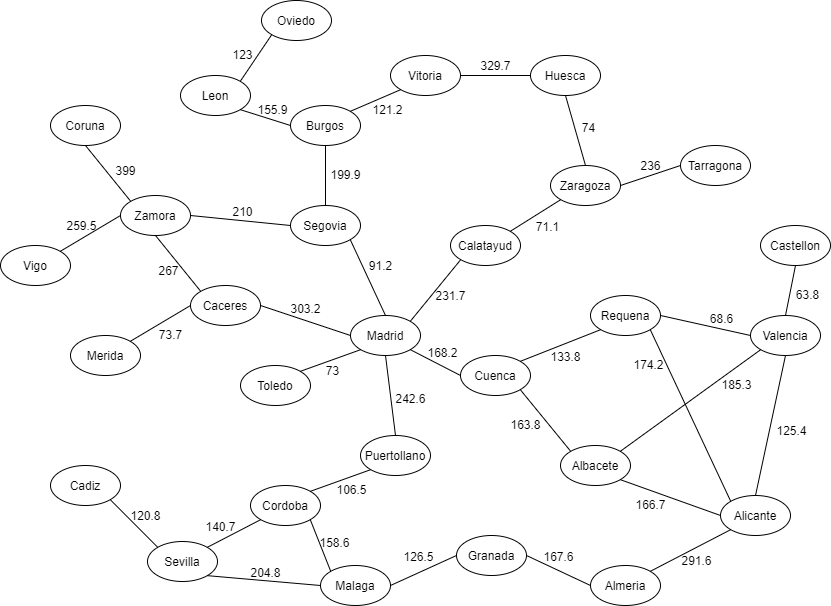
Above: graph/SpanishCitiesGraph.png in cutlas62/data-structures-algorithms (draw.io), before the change. Source tidied: cells renumbered, new cells last; positions are measured from the earlier drawing's top-left corner, leaving out a move shared by most shapes.
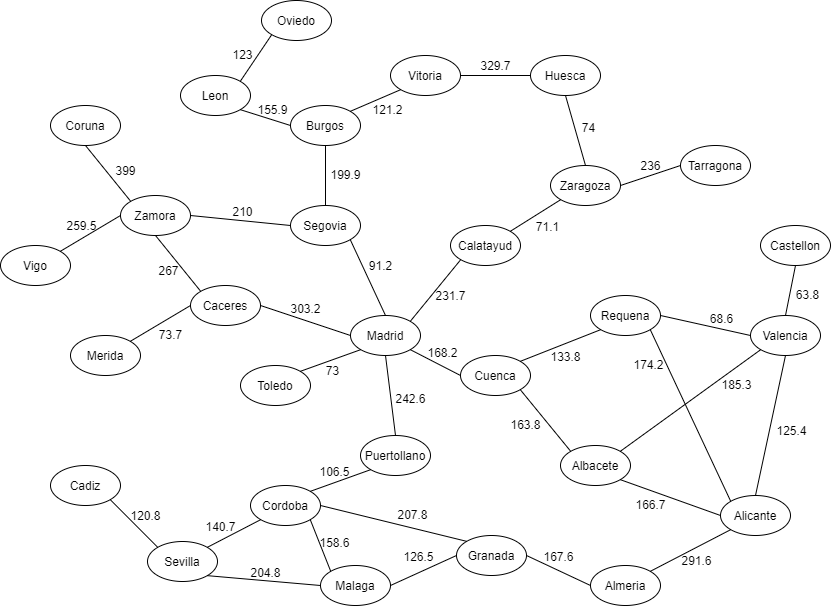
The same file after the commit.

Commit message:
Update SpanishCitiesGraph.png with missing edge between Cordoba and Granada

Change to the diagram source:
```diff
@@ -161,6 +161,9 @@
     <mxCell id="54" style="edgeStyle=none;rounded=0;jettySize=auto;html=1;exitX=1;exitY=1;exitDx=0;exitDy=0;entryX=0;entryY=0;entryDx=0;entryDy=0;endArrow=none;endFill=0;" parent="1" edge="1" source="55" target="57">
       <mxGeometry relative="1" as="geometry" />
     </mxCell>
+    <mxCell id="101" style="rounded=0;jettySize=auto;html=1;exitX=1;exitY=0.5;exitDx=0;exitDy=0;entryX=0;entryY=0;entryDx=0;entryDy=0;endArrow=none;endFill=0;" parent="1" edge="1" source="55" target="63">
+      <mxGeometry relative="1" as="geometry" />
+    </mxCell>
     <mxCell id="55" value="Cordoba" style="ellipse;whiteSpace=wrap;html=1;" parent="1" vertex="1">
       <mxGeometry x="250" y="485" width="70" height="40" as="geometry" />
     </mxCell>
@@ -216,7 +219,7 @@
       <mxGeometry x="285" y="299" width="40" height="18" as="geometry" />
     </mxCell>
     <mxCell id="73" value="106.5" style="text;html=1;align=center;verticalAlign=middle;" parent="1" vertex="1">
-      <mxGeometry x="331" y="480" width="40" height="18" as="geometry" />
+      <mxGeometry x="314" y="462" width="40" height="18" as="geometry" />
     </mxCell>
     <mxCell id="74" value="140.7" style="text;html=1;align=center;verticalAlign=middle;" parent="1" vertex="1">
       <mxGeometry x="200" y="517" width="40" height="18" as="geometry" />
@@ -299,5 +302,8 @@
     <mxCell id="100" value="291.6" style="text;html=1;align=center;verticalAlign=middle;" parent="1" vertex="1">
       <mxGeometry x="676" y="551" width="40" height="18" as="geometry" />
     </mxCell>
+    <mxCell id="102" value="207.8" style="text;html=1;align=center;verticalAlign=middle;" parent="1" vertex="1">
+      <mxGeometry x="392" y="505" width="40" height="18" as="geometry" />
+    </mxCell>
   </root>
 </mxGraphModel>
```
